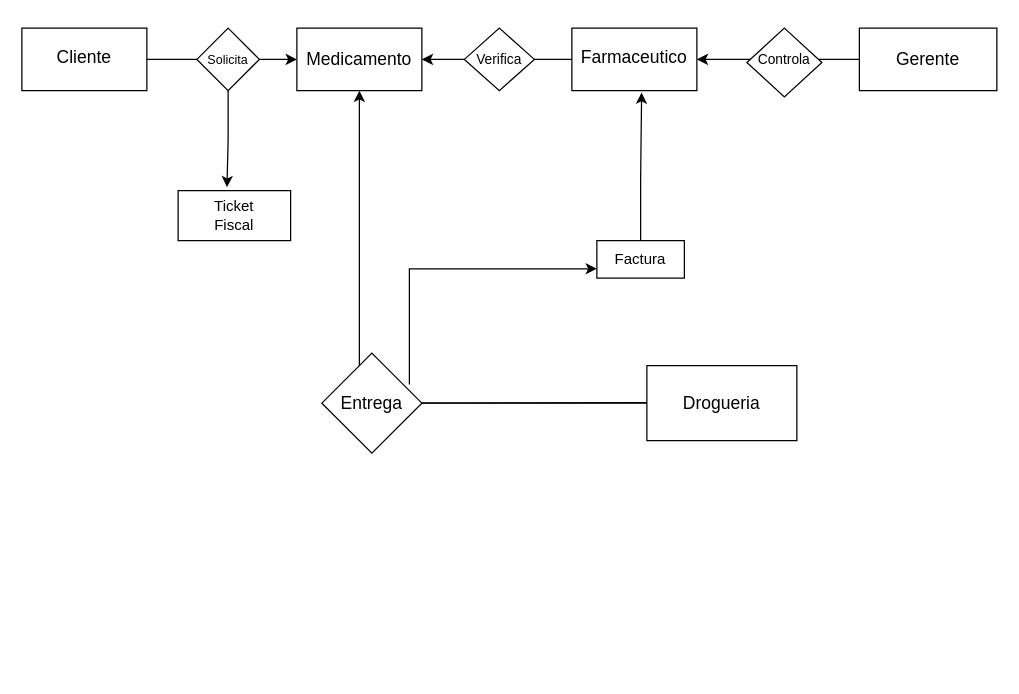
Before: page "DER_Farmacia" (2 of 2) of farmaciaAE.drawio in yon026/pruebagit, a draw.io diagram. Source tidied: cells renumbered, new cells numbered last; positions are measured from the earlier drawing's top-left corner, leaving out a move shared by most shapes. Both pictures are drawn from the tidied source at 125%, with x=0, y=0 at pixel (21, 28).
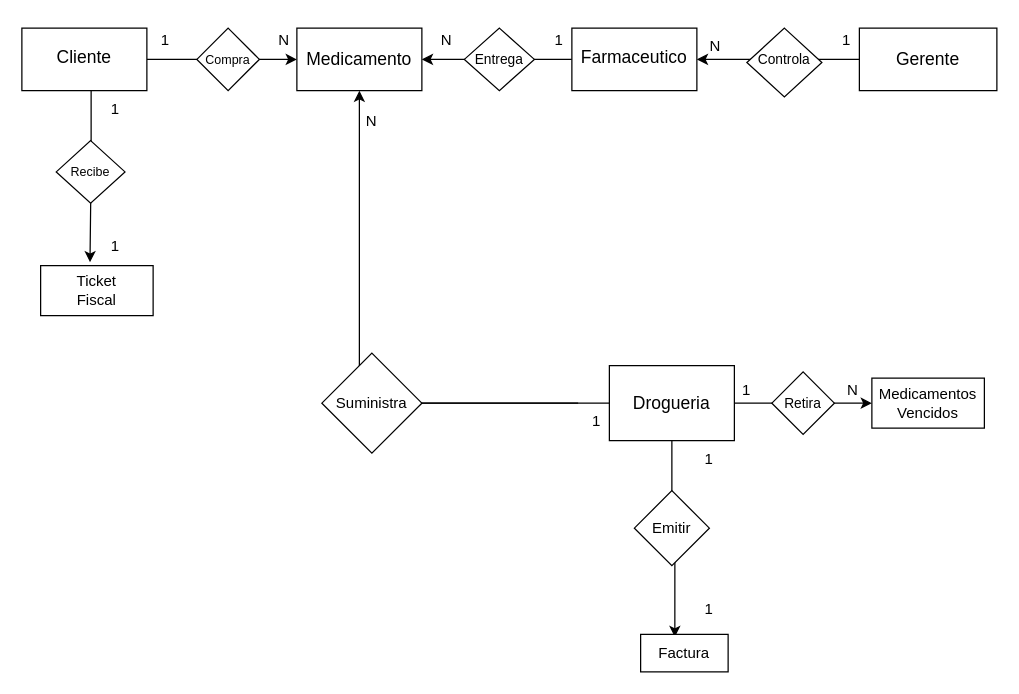
The same page after the edit.

The change refers to these unchanged cells:
```xml
<mxCell id="7" style="rounded=0;whiteSpace=wrap;html=1;" parent="1" vertex="1">
  <mxGeometry x="440" width="100" height="50" as="geometry" />
</mxCell>
<mxCell id="10" style="rhombus;whiteSpace=wrap;html=1;" parent="1" vertex="1">
  <mxGeometry x="140" width="50" height="50" as="geometry" />
</mxCell>
```

The edit, as a diff of the source:
```diff
@@
+    <mxCell id="32" style="rounded=0;whiteSpace=wrap;html=1;" parent="1" vertex="1">
+      <mxGeometry x="680" y="280" width="90" height="40" as="geometry" />
+    </mxCell>
+    <mxCell id="33" style="edgeStyle=orthogonalEdgeStyle;rounded=0;jettySize=auto;html=1;exitX=0.5;exitY=1;exitDx=0;exitDy=0;entryX=0.373;entryY=0.073;entryDx=0;entryDy=0;entryPerimeter=0;" parent="1" edge="1" source="14" target="30">
+      <mxGeometry relative="1" as="geometry" />
+    </mxCell>
+    <mxCell id="34" style="rhombus;whiteSpace=wrap;html=1;" parent="1" vertex="1">
+      <mxGeometry x="490" y="370" width="60" height="60" as="geometry" />
+    </mxCell>
     <mxCell id="2" style="rounded=0;whiteSpace=wrap;html=1;" parent="1" vertex="1">
-      <mxGeometry x="460" y="170" width="70" height="30" as="geometry" />
+      <mxGeometry x="495" y="485" width="70" height="30" as="geometry" />
     </mxCell>
@@
+    <mxCell id="35" style="edgeStyle=orthogonalEdgeStyle;rounded=0;jettySize=auto;html=1;exitX=1;exitY=0.5;exitDx=0;exitDy=0;entryX=0;entryY=0.5;entryDx=0;entryDy=0;" parent="1" edge="1" source="14" target="32">
+      <mxGeometry relative="1" as="geometry" />
+    </mxCell>
     <mxCell id="14" style="rounded=0;whiteSpace=wrap;html=1;" parent="1" vertex="1">
-      <mxGeometry x="500" y="270" width="120" height="60" as="geometry" />
+      <mxGeometry x="470" y="270" width="100" height="60" as="geometry" />
     </mxCell>
@@
     <mxCell id="19" value="Drogueria" style="text;html=1;align=center;verticalAlign=middle;whiteSpace=wrap;rounded=0;fontSize=14;" parent="1" vertex="1">
-      <mxGeometry x="530" y="285" width="60" height="30" as="geometry" />
+      <mxGeometry x="490" y="285" width="60" height="30" as="geometry" />
     </mxCell>
-    <mxCell id="20" style="endArrow=none;html=1;rounded=0;" parent="1" edge="1">
+    <mxCell id="20" style="endArrow=none;html=1;rounded=0;entryX=0.25;entryY=0;entryDx=0;entryDy=0;" parent="1" edge="1" target="38">
       <mxGeometry relative="1" as="geometry">
         <mxPoint x="280" y="300" as="sourcePoint" />
-        <mxPoint x="500" y="299.5" as="targetPoint" />
       </mxGeometry>
     </mxCell>
@@
-    <mxCell id="22" value="Solicita" style="text;html=1;align=center;verticalAlign=middle;whiteSpace=wrap;rounded=0;fontSize=10;" parent="1" vertex="1">
+    <mxCell id="22" value="Compra" style="text;html=1;align=center;verticalAlign=middle;whiteSpace=wrap;rounded=0;fontSize=10;" parent="1" vertex="1">
       <mxGeometry x="135" y="10" width="60" height="30" as="geometry" />
     </mxCell>
-    <mxCell id="23" value="Verifica" style="text;html=1;align=center;verticalAlign=middle;whiteSpace=wrap;rounded=0;fontSize=11;" parent="1" vertex="1">
+    <mxCell id="23" value="Entrega" style="text;html=1;align=center;verticalAlign=middle;whiteSpace=wrap;rounded=0;fontSize=11;" parent="1" vertex="1">
       <mxGeometry x="352" y="10" width="60" height="30" as="geometry" />
     </mxCell>
@@
-    <mxCell id="25" style="edgeStyle=orthogonalEdgeStyle;rounded=0;jettySize=auto;html=1;exitX=1;exitY=0;exitDx=0;exitDy=0;entryX=0;entryY=0.75;entryDx=0;entryDy=0;" parent="1" edge="1" source="26" target="2">
-      <mxGeometry relative="1" as="geometry" />
-    </mxCell>
-    <mxCell id="26" value="Entrega" style="text;html=1;align=center;verticalAlign=middle;whiteSpace=wrap;rounded=0;fontSize=14;" parent="1" vertex="1">
+    <mxCell id="26" value="Suministra" style="text;html=1;align=center;verticalAlign=middle;whiteSpace=wrap;rounded=0;fontSize=12;" parent="1" vertex="1">
       <mxGeometry x="250" y="285" width="60" height="30" as="geometry" />
     </mxCell>
     <mxCell id="27" style="rounded=0;whiteSpace=wrap;html=1;" parent="1" vertex="1">
-      <mxGeometry x="125" y="130" width="90" height="40" as="geometry" />
+      <mxGeometry x="15" y="190" width="90" height="40" as="geometry" />
     </mxCell>
     <mxCell id="28" value="Ticket&lt;div&gt;Fiscal&lt;/div&gt;" style="text;html=1;align=center;verticalAlign=middle;whiteSpace=wrap;rounded=0;" parent="1" vertex="1">
-      <mxGeometry x="140" y="135" width="60" height="30" as="geometry" />
+      <mxGeometry x="30" y="195" width="60" height="30" as="geometry" />
     </mxCell>
-    <mxCell id="29" style="edgeStyle=orthogonalEdgeStyle;rounded=0;jettySize=auto;html=1;exitX=0.5;exitY=0;exitDx=0;exitDy=0;entryX=0.558;entryY=1.031;entryDx=0;entryDy=0;entryPerimeter=0;" parent="1" edge="1" source="30" target="7">
-      <mxGeometry relative="1" as="geometry">
-        <Array as="points">
-          <mxPoint x="495" y="121" />
-          <mxPoint x="496" y="121" />
-        </Array>
-      </mxGeometry>
-    </mxCell>
     <mxCell id="30" value="Factura" style="text;html=1;align=center;verticalAlign=middle;whiteSpace=wrap;rounded=0;" parent="1" vertex="1">
-      <mxGeometry x="465" y="170" width="60" height="30" as="geometry" />
+      <mxGeometry x="500" y="485" width="60" height="30" as="geometry" />
     </mxCell>
-    <mxCell id="31" style="edgeStyle=orthogonalEdgeStyle;rounded=0;jettySize=auto;html=1;exitX=0.5;exitY=1;exitDx=0;exitDy=0;entryX=0.434;entryY=-0.068;entryDx=0;entryDy=0;entryPerimeter=0;" parent="1" edge="1" source="10" target="27">
-      <mxGeometry relative="1" as="geometry" />
+    <mxCell id="31" style="edgeStyle=orthogonalEdgeStyle;rounded=0;orthogonalLoop=1;jettySize=auto;html=1;exitX=0.5;exitY=1;exitDx=0;exitDy=0;entryX=0.434;entryY=-0.068;entryDx=0;entryDy=0;entryPerimeter=0;" parent="1" edge="1">
+      <mxGeometry relative="1" as="geometry">
+        <mxPoint x="55.4" y="50" as="sourcePoint" />
+        <mxPoint x="54.5" y="187.3" as="targetPoint" />
+        <Array as="points">
+          <mxPoint x="55.4" y="110" />
+          <mxPoint x="54.4" y="110" />
+        </Array>
+      </mxGeometry>
     </mxCell>
+    <mxCell id="36" value="1" style="text;html=1;align=center;verticalAlign=middle;whiteSpace=wrap;rounded=0;" parent="1" vertex="1">
+      <mxGeometry x="90" width="50" height="20" as="geometry" />
+    </mxCell>
+    <mxCell id="37" value="N" style="text;html=1;align=center;verticalAlign=middle;whiteSpace=wrap;rounded=0;" parent="1" vertex="1">
+      <mxGeometry x="180" y="-5" width="60" height="30" as="geometry" />
+    </mxCell>
+    <mxCell id="38" value="1" style="text;html=1;align=center;verticalAlign=middle;whiteSpace=wrap;rounded=0;" parent="1" vertex="1">
+      <mxGeometry x="430" y="300" width="60" height="30" as="geometry" />
+    </mxCell>
+    <mxCell id="39" value="N" style="text;html=1;align=center;verticalAlign=middle;whiteSpace=wrap;rounded=0;" parent="1" vertex="1">
+      <mxGeometry x="250" y="60" width="60" height="30" as="geometry" />
+    </mxCell>
+    <mxCell id="40" value="1" style="text;html=1;align=center;verticalAlign=middle;whiteSpace=wrap;rounded=0;" parent="1" vertex="1">
+      <mxGeometry x="630" y="-5" width="60" height="30" as="geometry" />
+    </mxCell>
+    <mxCell id="41" value="N" style="text;html=1;align=center;verticalAlign=middle;whiteSpace=wrap;rounded=0;" parent="1" vertex="1">
+      <mxGeometry x="525" width="60" height="30" as="geometry" />
+    </mxCell>
+    <mxCell id="42" value="1" style="text;html=1;align=center;verticalAlign=middle;whiteSpace=wrap;rounded=0;" parent="1" vertex="1">
+      <mxGeometry x="400" y="-5" width="60" height="30" as="geometry" />
+    </mxCell>
+    <mxCell id="43" value="N" style="text;html=1;align=center;verticalAlign=middle;whiteSpace=wrap;rounded=0;" parent="1" vertex="1">
+      <mxGeometry x="310" y="-5" width="60" height="30" as="geometry" />
+    </mxCell>
+    <mxCell id="44" style="rhombus;whiteSpace=wrap;html=1;" parent="1" vertex="1">
+      <mxGeometry x="27.5" y="90" width="55" height="50" as="geometry" />
+    </mxCell>
+    <mxCell id="45" value="Recibe" style="text;html=1;align=center;verticalAlign=middle;whiteSpace=wrap;rounded=0;fontSize=10;" parent="1" vertex="1">
+      <mxGeometry x="25" y="100" width="60" height="30" as="geometry" />
+    </mxCell>
+    <mxCell id="46" value="Emitir" style="text;html=1;align=center;verticalAlign=middle;whiteSpace=wrap;rounded=0;" parent="1" vertex="1">
+      <mxGeometry x="490" y="385" width="60" height="30" as="geometry" />
+    </mxCell>
+    <mxCell id="47" value="1" style="text;html=1;align=center;verticalAlign=middle;whiteSpace=wrap;rounded=0;" parent="1" vertex="1">
+      <mxGeometry x="45" y="50" width="60" height="30" as="geometry" />
+    </mxCell>
+    <mxCell id="48" value="1" style="text;html=1;align=center;verticalAlign=middle;whiteSpace=wrap;rounded=0;" parent="1" vertex="1">
+      <mxGeometry x="45" y="160" width="60" height="30" as="geometry" />
+    </mxCell>
+    <mxCell id="49" value="1" style="text;html=1;align=center;verticalAlign=middle;whiteSpace=wrap;rounded=0;" parent="1" vertex="1">
+      <mxGeometry x="520" y="330" width="60" height="30" as="geometry" />
+    </mxCell>
+    <mxCell id="50" value="1" style="text;html=1;align=center;verticalAlign=middle;whiteSpace=wrap;rounded=0;" parent="1" vertex="1">
+      <mxGeometry x="520" y="450" width="60" height="30" as="geometry" />
+    </mxCell>
+    <mxCell id="51" value="Medicamentos&lt;div&gt;Vencidos&lt;/div&gt;" style="text;html=1;align=center;verticalAlign=middle;whiteSpace=wrap;rounded=0;" parent="1" vertex="1">
+      <mxGeometry x="695" y="285" width="60" height="30" as="geometry" />
+    </mxCell>
+    <mxCell id="52" style="rhombus;whiteSpace=wrap;html=1;" parent="1" vertex="1">
+      <mxGeometry x="600" y="275" width="50" height="50" as="geometry" />
+    </mxCell>
+    <mxCell id="53" value="Retira" style="text;html=1;align=center;verticalAlign=middle;whiteSpace=wrap;rounded=0;fontSize=11;" parent="1" vertex="1">
+      <mxGeometry x="595" y="285" width="60" height="30" as="geometry" />
+    </mxCell>
+    <mxCell id="54" value="1" style="text;html=1;align=center;verticalAlign=middle;whiteSpace=wrap;rounded=0;" parent="1" vertex="1">
+      <mxGeometry x="550" y="275" width="60" height="30" as="geometry" />
+    </mxCell>
+    <mxCell id="55" value="N" style="text;html=1;align=center;verticalAlign=middle;whiteSpace=wrap;rounded=0;" parent="1" vertex="1">
+      <mxGeometry x="635" y="275" width="60" height="30" as="geometry" />
+    </mxCell>
```
